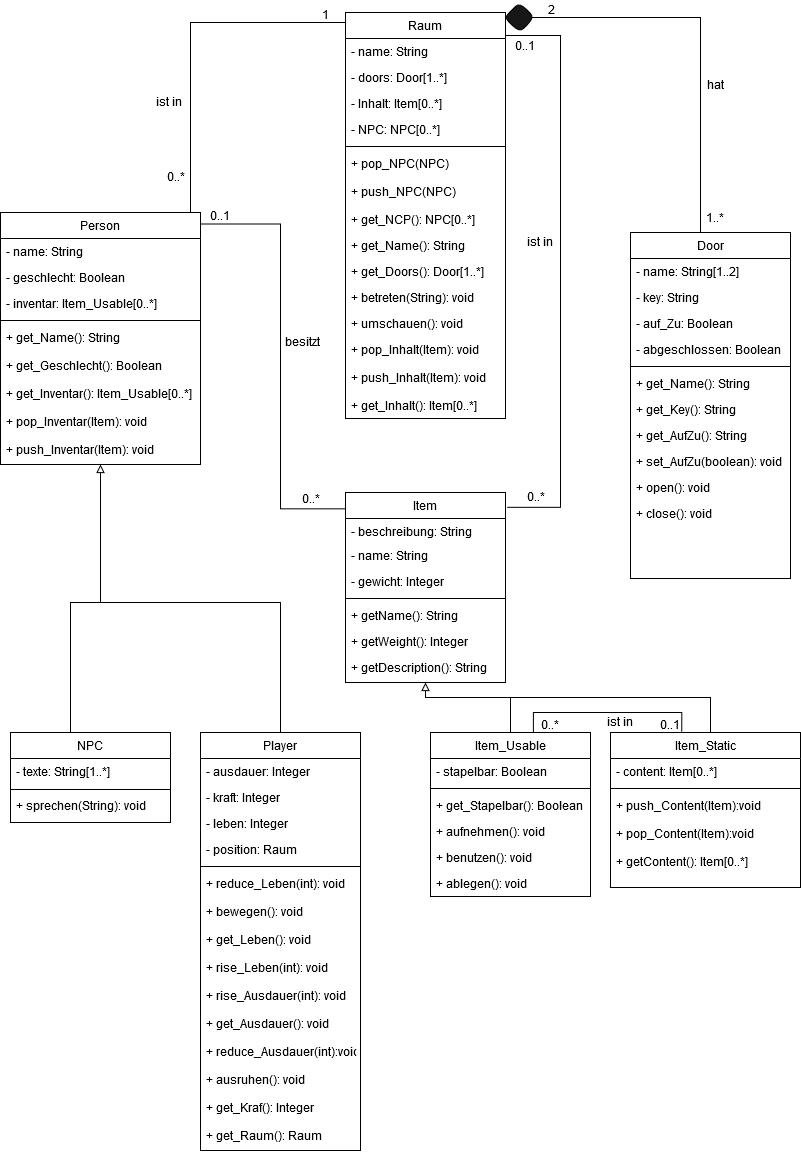
Above: Klassendiagram.png in Elegond/AE-Text-Adventure (draw.io), before the change. Source tidied: cells renumbered, new cells last; positions are measured from the earlier drawing's top-left corner, leaving out a move shared by most shapes.
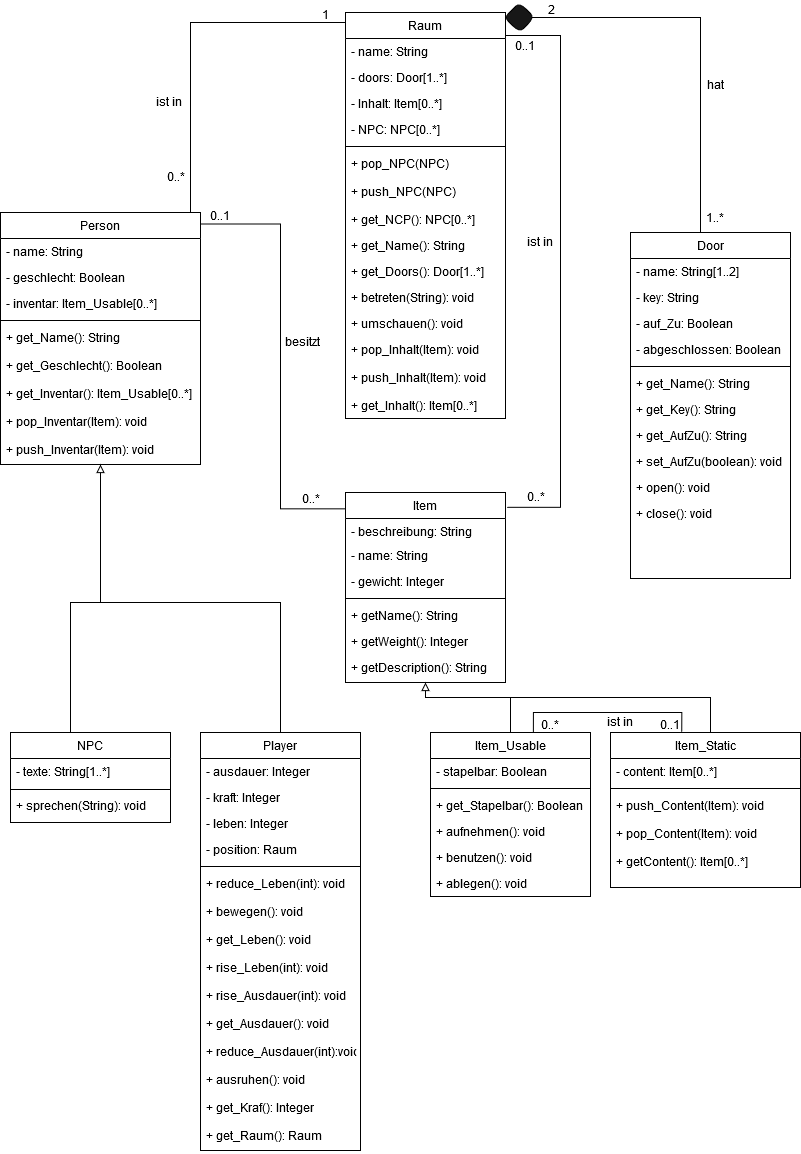
The same diagram one commit later.

Change to the diagram source:
```diff
@@ -148,10 +148,10 @@
     <mxCell id="42" style="line;html=1;strokeWidth=1;align=left;verticalAlign=middle;spacingTop=-1;spacingLeft=3;spacingRight=3;labelPosition=right;" parent="40" vertex="1">
       <mxGeometry y="52" width="190" height="8" as="geometry" />
     </mxCell>
-    <mxCell id="43" value="+ push_Content(Item):void" style="text;align=left;verticalAlign=top;spacingLeft=4;spacingRight=4;overflow=hidden;" parent="40" vertex="1">
+    <mxCell id="43" value="+ push_Content(Item): void" style="text;align=left;verticalAlign=top;spacingLeft=4;spacingRight=4;overflow=hidden;" parent="40" vertex="1">
       <mxGeometry y="60" width="190" height="28" as="geometry" />
     </mxCell>
-    <mxCell id="44" value="+ pop_Content(Item):void" style="text;align=left;verticalAlign=top;spacingLeft=4;spacingRight=4;overflow=hidden;" parent="40" vertex="1">
+    <mxCell id="44" value="+ pop_Content(Item): void" style="text;align=left;verticalAlign=top;spacingLeft=4;spacingRight=4;overflow=hidden;" parent="40" vertex="1">
       <mxGeometry y="88" width="190" height="28" as="geometry" />
     </mxCell>
     <mxCell id="45" value="+ getContent(): Item[0..*]" style="text;align=left;verticalAlign=top;spacingLeft=4;spacingRight=4;overflow=hidden;" parent="40" vertex="1">
```
